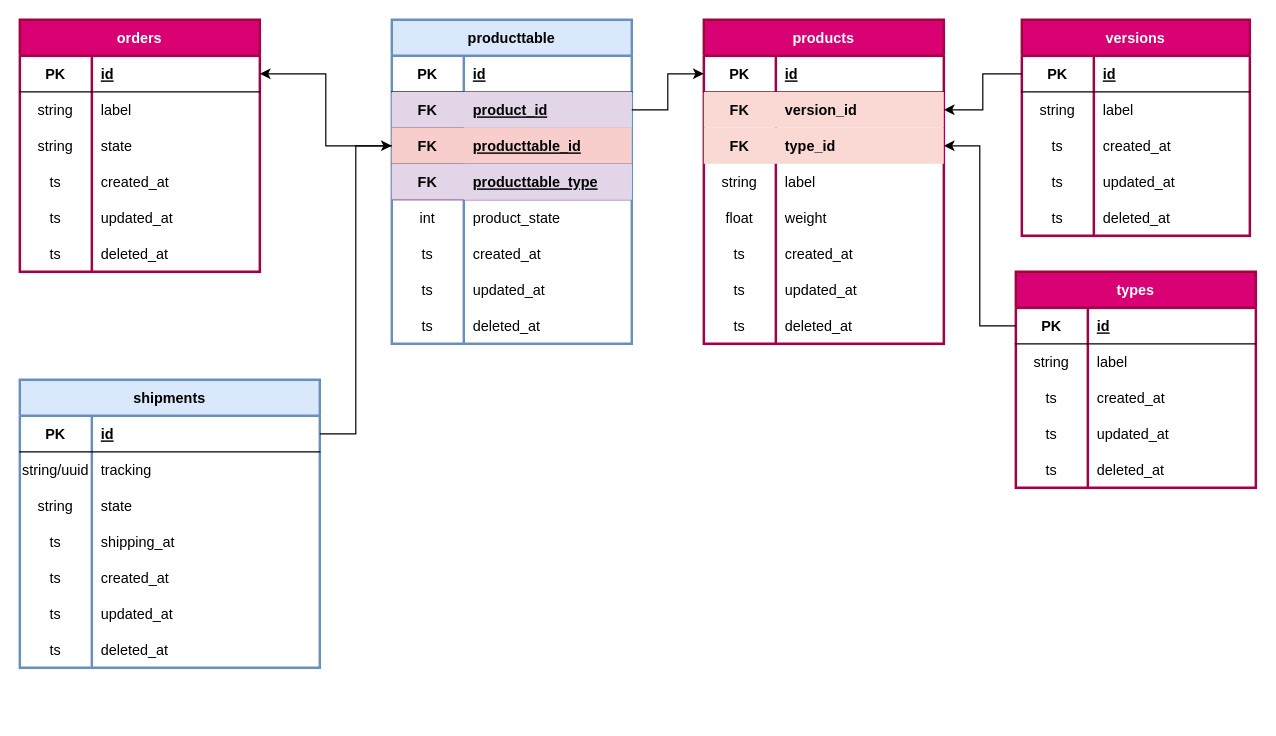
dofla077/keyprod keeps this draw.io diagram as mcd/keyprod.drawio. Above is the earlier version. Source tidied: cells renumbered, new cells numbered last; positions are measured from the earlier drawing's top-left corner, leaving out a move shared by most shapes. Both pictures are drawn from the tidied source at 120%, with x=0, y=0 at pixel (19, 19).
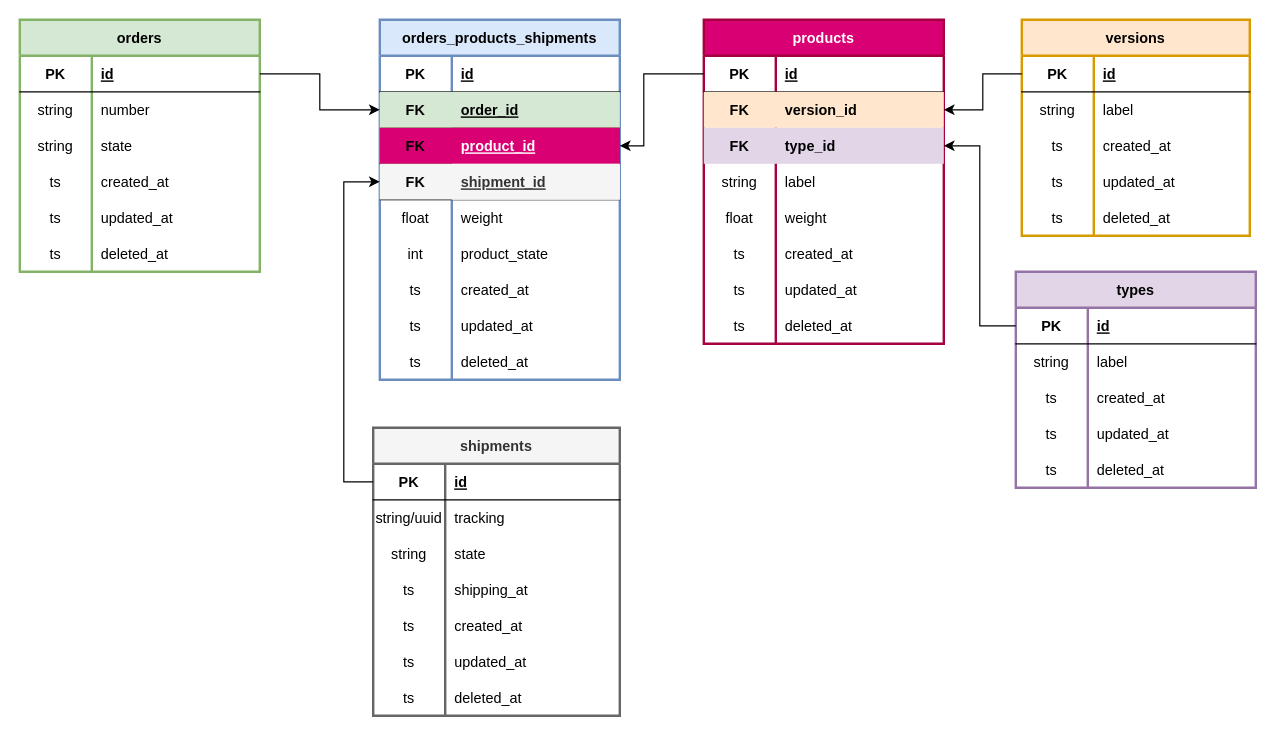
After the change.

Unchanged cells that the change refers to:
```xml
<mxCell id="2" value="products" style="shape=table;startSize=30;childLayout=tableLayout;rowLines=0;fontStyle=1;align=center;fillColor=#d80073;strokeColor=#A50040;swimlaneFillColor=none;strokeWidth=2;fontColor=#ffffff;" parent="1" vertex="1">
  <mxGeometry x="570" width="200" height="270" as="geometry" />
</mxCell>
<mxCell id="3" style="shape=partialRectangle;fillColor=none;top=0;left=0;bottom=1;right=0;points=[[0,0.5],[1,0.5]];portConstraint=eastwest;" parent="2" vertex="1">
  <mxGeometry y="30" width="200" height="30" as="geometry" />
</mxCell>
<mxCell id="28" style="shape=partialRectangle;fillColor=none;top=0;left=0;bottom=1;right=0;points=[[0,0.5],[1,0.5]];portConstraint=eastwest;" parent="27" vertex="1">
  <mxGeometry y="30" width="200" height="30" as="geometry" />
</mxCell>
<mxCell id="31" style="shape=partialRectangle;fillColor=none;top=0;left=0;bottom=0;right=0;" parent="27" vertex="1">
  <mxGeometry y="60" width="200" height="30" as="geometry" />
</mxCell>
```

Diff of the diagram source:
```diff
@@
-    <mxCell id="6" style="shape=partialRectangle;fillColor=#fad9d5;top=0;left=0;bottom=0;right=0;points=[[0,0.5],[1,0.5]];portConstraint=eastwest;strokeColor=#ae4132;" parent="2" vertex="1">
+    <mxCell id="6" style="shape=partialRectangle;fillColor=#ffe6cc;top=0;left=0;bottom=0;right=0;points=[[0,0.5],[1,0.5]];portConstraint=eastwest;strokeColor=#d79b00;" parent="2" vertex="1">
       <mxGeometry y="60" width="200" height="30" as="geometry" />
     </mxCell>
@@
-    <mxCell id="9" style="shape=partialRectangle;fillColor=#fad9d5;top=0;left=0;bottom=0;right=0;points=[[0,0.5],[1,0.5]];portConstraint=eastwest;strokeColor=#ae4132;" parent="2" vertex="1">
+    <mxCell id="9" style="shape=partialRectangle;fillColor=#e1d5e7;top=0;left=0;bottom=0;right=0;points=[[0,0.5],[1,0.5]];portConstraint=eastwest;strokeColor=#9673a6;" parent="2" vertex="1">
       <mxGeometry y="90" width="200" height="30" as="geometry" />
     </mxCell>
@@
-    <mxCell id="27" value="orders" style="shape=table;startSize=30;childLayout=tableLayout;rowLines=0;fontStyle=1;align=center;fillColor=#d80073;strokeColor=#A50040;swimlaneFillColor=none;strokeWidth=2;fontColor=#ffffff;" parent="1" vertex="1">
+    <mxCell id="27" value="orders" style="shape=table;startSize=30;childLayout=tableLayout;rowLines=0;fontStyle=1;align=center;fillColor=#d5e8d4;strokeColor=#82b366;swimlaneFillColor=none;strokeWidth=2;" parent="1" vertex="1">
       <mxGeometry width="200" height="210" as="geometry" />
     </mxCell>
@@
-    <mxCell id="33" value="label" style="shape=partialRectangle;fillColor=none;top=0;left=0;bottom=0;right=0;align=left;spacingLeft=6;overflow=hidden;" parent="31" vertex="1">
+    <mxCell id="33" value="number" style="shape=partialRectangle;fillColor=none;top=0;left=0;bottom=0;right=0;align=left;spacingLeft=6;overflow=hidden;" parent="31" vertex="1">
       <mxGeometry x="60" width="140" height="30" as="geometry" />
     </mxCell>
@@
-    <mxCell id="46" value="producttable" style="shape=table;startSize=30;childLayout=tableLayout;rowLines=0;fontStyle=1;align=center;fillColor=#dae8fc;strokeColor=#6c8ebf;swimlaneFillColor=none;strokeWidth=2;fontColor=default;" parent="1" vertex="1">
-      <mxGeometry x="310" width="200" height="270" as="geometry" />
-    </mxCell>
-    <mxCell id="47" style="shape=partialRectangle;fillColor=none;top=0;left=0;bottom=1;right=0;" parent="46" vertex="1">
-      <mxGeometry y="30" width="200" height="30" as="geometry" />
-    </mxCell>
-    <mxCell id="48" value="PK" style="shape=partialRectangle;fillColor=none;top=0;left=0;bottom=0;right=0;fontStyle=1;overflow=hidden;" parent="47" vertex="1">
-      <mxGeometry width="60" height="30" as="geometry" />
-    </mxCell>
-    <mxCell id="49" value="id" style="shape=partialRectangle;fillColor=none;top=0;left=0;bottom=0;right=0;align=left;spacingLeft=6;fontStyle=5;overflow=hidden;" parent="47" vertex="1">
-      <mxGeometry x="60" width="140" height="30" as="geometry" />
-    </mxCell>
-    <mxCell id="50" style="shape=partialRectangle;fillColor=#e1d5e7;top=0;left=0;bottom=1;right=0;points=[[0,0.5],[1,0.5]];portConstraint=eastwest;strokeColor=#9673a6;fontColor=default;" parent="46" vertex="1">
-      <mxGeometry y="60" width="200" height="30" as="geometry" />
-    </mxCell>
-    <mxCell id="51" value="FK" style="shape=partialRectangle;fillColor=none;top=0;left=0;bottom=0;right=0;fontStyle=1;overflow=hidden;" parent="50" vertex="1">
-      <mxGeometry width="60" height="30" as="geometry" />
-    </mxCell>
-    <mxCell id="52" value="product_id" style="shape=partialRectangle;fillColor=#e1d5e7;top=0;left=0;bottom=0;right=0;align=left;spacingLeft=6;fontStyle=5;overflow=hidden;strokeColor=#9673a6;fontColor=default;" parent="50" vertex="1">
-      <mxGeometry x="60" width="140" height="30" as="geometry" />
-    </mxCell>
-    <mxCell id="53" style="shape=partialRectangle;fillColor=#f8cecc;top=0;left=0;bottom=1;right=0;points=[[0,0.5],[1,0.5]];portConstraint=eastwest;strokeColor=#b85450;fontColor=default;" parent="46" vertex="1">
-      <mxGeometry y="90" width="200" height="30" as="geometry" />
-    </mxCell>
-    <mxCell id="54" value="FK" style="shape=partialRectangle;fillColor=none;top=0;left=0;bottom=0;right=0;fontStyle=1;overflow=hidden;" parent="53" vertex="1">
-      <mxGeometry width="60" height="30" as="geometry" />
-    </mxCell>
-    <mxCell id="55" value="producttable_id" style="shape=partialRectangle;fillColor=none;top=0;left=0;bottom=0;right=0;align=left;spacingLeft=6;fontStyle=5;overflow=hidden;fontColor=default;" parent="53" vertex="1">
-      <mxGeometry x="60" width="140" height="30" as="geometry" />
-    </mxCell>
-    <mxCell id="56" style="shape=partialRectangle;fillColor=#e1d5e7;top=0;left=0;bottom=1;right=0;strokeColor=#9673a6;fontColor=default;" parent="46" vertex="1">
-      <mxGeometry y="120" width="200" height="30" as="geometry" />
-    </mxCell>
-    <mxCell id="57" value="FK" style="shape=partialRectangle;fillColor=none;top=0;left=0;bottom=0;right=0;fontStyle=1;overflow=hidden;" parent="56" vertex="1">
-      <mxGeometry width="60" height="30" as="geometry" />
-    </mxCell>
-    <mxCell id="58" value="producttable_type" style="shape=partialRectangle;fillColor=#e1d5e7;top=0;left=0;bottom=0;right=0;align=left;spacingLeft=6;fontStyle=5;overflow=hidden;strokeColor=#9673a6;fontColor=default;" parent="56" vertex="1">
-      <mxGeometry x="60" width="140" height="30" as="geometry" />
-    </mxCell>
-    <mxCell id="59" style="shape=partialRectangle;fillColor=none;top=0;left=0;bottom=0;right=0;" parent="46" vertex="1">
-      <mxGeometry y="150" width="200" height="30" as="geometry" />
-    </mxCell>
-    <mxCell id="60" value="int" style="shape=partialRectangle;fillColor=none;top=0;left=0;bottom=0;right=0;overflow=hidden;" parent="59" vertex="1">
-      <mxGeometry width="60" height="30" as="geometry" />
-    </mxCell>
-    <mxCell id="61" value="product_state" style="shape=partialRectangle;fillColor=none;top=0;left=0;bottom=0;right=0;align=left;spacingLeft=6;overflow=hidden;" parent="59" vertex="1">
-      <mxGeometry x="60" width="140" height="30" as="geometry" />
-    </mxCell>
-    <mxCell id="62" style="shape=partialRectangle;fillColor=none;top=0;left=0;bottom=0;right=0;" parent="46" vertex="1">
-      <mxGeometry y="180" width="200" height="30" as="geometry" />
-    </mxCell>
-    <mxCell id="63" value="ts" style="shape=partialRectangle;fillColor=none;top=0;left=0;bottom=0;right=0;overflow=hidden;" parent="62" vertex="1">
-      <mxGeometry width="60" height="30" as="geometry" />
-    </mxCell>
-    <mxCell id="64" value="created_at" style="shape=partialRectangle;fillColor=none;top=0;left=0;bottom=0;right=0;align=left;spacingLeft=6;overflow=hidden;" parent="62" vertex="1">
-      <mxGeometry x="60" width="140" height="30" as="geometry" />
-    </mxCell>
-    <mxCell id="65" style="shape=partialRectangle;fillColor=none;top=0;left=0;bottom=0;right=0;" parent="46" vertex="1">
-      <mxGeometry y="210" width="200" height="30" as="geometry" />
-    </mxCell>
-    <mxCell id="66" value="ts" style="shape=partialRectangle;fillColor=none;top=0;left=0;bottom=0;right=0;overflow=hidden;" parent="65" vertex="1">
-      <mxGeometry width="60" height="30" as="geometry" />
-    </mxCell>
-    <mxCell id="67" value="updated_at" style="shape=partialRectangle;fillColor=none;top=0;left=0;bottom=0;right=0;align=left;spacingLeft=6;overflow=hidden;" parent="65" vertex="1">
-      <mxGeometry x="60" width="140" height="30" as="geometry" />
-    </mxCell>
-    <mxCell id="68" style="shape=partialRectangle;fillColor=none;top=0;left=0;bottom=0;right=0;" parent="46" vertex="1">
-      <mxGeometry y="240" width="200" height="30" as="geometry" />
-    </mxCell>
-    <mxCell id="69" value="ts" style="shape=partialRectangle;fillColor=none;top=0;left=0;bottom=0;right=0;overflow=hidden;" parent="68" vertex="1">
-      <mxGeometry width="60" height="30" as="geometry" />
-    </mxCell>
-    <mxCell id="70" value="deleted_at" style="shape=partialRectangle;fillColor=none;top=0;left=0;bottom=0;right=0;align=left;spacingLeft=6;overflow=hidden;" parent="68" vertex="1">
-      <mxGeometry x="60" width="140" height="30" as="geometry" />
-    </mxCell>
-    <mxCell id="71" style="edgeStyle=orthogonalEdgeStyle;rounded=0;jettySize=auto;html=1;entryX=1;entryY=0.5;entryDx=0;entryDy=0;" parent="1" edge="1" source="53" target="28">
-      <mxGeometry relative="1" as="geometry" />
-    </mxCell>
-    <mxCell id="72" style="edgeStyle=orthogonalEdgeStyle;rounded=0;jettySize=auto;html=1;entryX=0;entryY=0.5;entryDx=0;entryDy=0;" parent="1" edge="1" source="50" target="3">
-      <mxGeometry relative="1" as="geometry" />
-    </mxCell>
-    <mxCell id="73" value="types" style="shape=table;startSize=30;childLayout=tableLayout;rowLines=0;fontStyle=1;align=center;fillColor=#d80073;strokeColor=#A50040;swimlaneFillColor=none;strokeWidth=2;fontColor=#ffffff;" parent="1" vertex="1">
+    <mxCell id="73" value="types" style="shape=table;startSize=30;childLayout=tableLayout;rowLines=0;fontStyle=1;align=center;fillColor=#e1d5e7;strokeColor=#9673a6;swimlaneFillColor=none;strokeWidth=2;" parent="1" vertex="1">
       <mxGeometry x="830" y="210" width="200" height="180" as="geometry" />
     </mxCell>
@@
-    <mxCell id="89" value="versions" style="shape=table;startSize=30;childLayout=tableLayout;rowLines=0;fontStyle=1;align=center;fillColor=#d80073;strokeColor=#A50040;swimlaneFillColor=none;strokeWidth=2;fontColor=#ffffff;" parent="1" vertex="1">
+    <mxCell id="89" value="versions" style="shape=table;startSize=30;childLayout=tableLayout;rowLines=0;fontStyle=1;align=center;fillColor=#ffe6cc;strokeColor=#d79b00;swimlaneFillColor=none;strokeWidth=2;" parent="1" vertex="1">
       <mxGeometry x="835" width="190" height="180" as="geometry" />
     </mxCell>
@@
-    <mxCell id="105" value="shipments" style="shape=table;startSize=30;childLayout=tableLayout;rowLines=0;fontStyle=1;align=center;fillColor=#dae8fc;strokeColor=#6c8ebf;swimlaneFillColor=none;strokeWidth=2;fontColor=default;" parent="1" vertex="1">
-      <mxGeometry y="300" width="250" height="240" as="geometry" />
+    <mxCell id="105" value="shipments" style="shape=table;startSize=30;childLayout=tableLayout;rowLines=0;fontStyle=1;align=center;fillColor=#f5f5f5;strokeColor=#666666;swimlaneFillColor=none;strokeWidth=2;fontColor=#333333;" parent="1" vertex="1">
+      <mxGeometry x="294.5" y="340" width="205.5" height="240" as="geometry" />
     </mxCell>
     <mxCell id="106" style="shape=partialRectangle;fillColor=none;top=0;left=0;bottom=1;right=0;points=[[0,0.5],[1,0.5]];portConstraint=eastwest;" parent="105" vertex="1">
-      <mxGeometry y="30" width="250" height="30" as="geometry" />
+      <mxGeometry y="30" width="205.5" height="30" as="geometry" />
     </mxCell>
@@
     <mxCell id="108" value="id" style="shape=partialRectangle;fillColor=none;top=0;left=0;bottom=0;right=0;align=left;spacingLeft=6;fontStyle=5;overflow=hidden;" parent="106" vertex="1">
-      <mxGeometry x="60" width="190" height="30" as="geometry" />
+      <mxGeometry x="60" width="145.5" height="30" as="geometry" />
     </mxCell>
     <mxCell id="109" style="shape=partialRectangle;fillColor=none;top=0;left=0;bottom=0;right=0;" parent="105" vertex="1">
-      <mxGeometry y="60" width="250" height="30" as="geometry" />
+      <mxGeometry y="60" width="205.5" height="30" as="geometry" />
     </mxCell>
@@
     <mxCell id="111" value="tracking" style="shape=partialRectangle;fillColor=none;top=0;left=0;bottom=0;right=0;align=left;spacingLeft=6;overflow=hidden;" parent="109" vertex="1">
-      <mxGeometry x="60" width="190" height="30" as="geometry" />
+      <mxGeometry x="60" width="145.5" height="30" as="geometry" />
     </mxCell>
     <mxCell id="112" style="shape=partialRectangle;fillColor=none;top=0;left=0;bottom=0;right=0;" parent="105" vertex="1">
-      <mxGeometry y="90" width="250" height="30" as="geometry" />
+      <mxGeometry y="90" width="205.5" height="30" as="geometry" />
     </mxCell>
@@
     <mxCell id="114" value="state" style="shape=partialRectangle;fillColor=none;top=0;left=0;bottom=0;right=0;align=left;spacingLeft=6;overflow=hidden;" parent="112" vertex="1">
-      <mxGeometry x="60" width="190" height="30" as="geometry" />
+      <mxGeometry x="60" width="145.5" height="30" as="geometry" />
     </mxCell>
     <mxCell id="115" style="shape=partialRectangle;fillColor=none;top=0;left=0;bottom=0;right=0;" parent="105" vertex="1">
-      <mxGeometry y="120" width="250" height="30" as="geometry" />
+      <mxGeometry y="120" width="205.5" height="30" as="geometry" />
     </mxCell>
@@
     <mxCell id="117" value="shipping_at" style="shape=partialRectangle;fillColor=none;top=0;left=0;bottom=0;right=0;align=left;spacingLeft=6;overflow=hidden;" parent="115" vertex="1">
-      <mxGeometry x="60" width="190" height="30" as="geometry" />
+      <mxGeometry x="60" width="145.5" height="30" as="geometry" />
     </mxCell>
     <mxCell id="118" style="shape=partialRectangle;fillColor=none;top=0;left=0;bottom=0;right=0;" parent="105" vertex="1">
-      <mxGeometry y="150" width="250" height="30" as="geometry" />
+      <mxGeometry y="150" width="205.5" height="30" as="geometry" />
     </mxCell>
@@
     <mxCell id="120" value="created_at" style="shape=partialRectangle;fillColor=none;top=0;left=0;bottom=0;right=0;align=left;spacingLeft=6;overflow=hidden;" parent="118" vertex="1">
-      <mxGeometry x="60" width="190" height="30" as="geometry" />
+      <mxGeometry x="60" width="145.5" height="30" as="geometry" />
     </mxCell>
     <mxCell id="121" style="shape=partialRectangle;fillColor=none;top=0;left=0;bottom=0;right=0;" parent="105" vertex="1">
-      <mxGeometry y="180" width="250" height="30" as="geometry" />
+      <mxGeometry y="180" width="205.5" height="30" as="geometry" />
     </mxCell>
@@
     <mxCell id="123" value="updated_at" style="shape=partialRectangle;fillColor=none;top=0;left=0;bottom=0;right=0;align=left;spacingLeft=6;overflow=hidden;" parent="121" vertex="1">
-      <mxGeometry x="60" width="190" height="30" as="geometry" />
+      <mxGeometry x="60" width="145.5" height="30" as="geometry" />
     </mxCell>
     <mxCell id="124" style="shape=partialRectangle;fillColor=none;top=0;left=0;bottom=0;right=0;" parent="105" vertex="1">
-      <mxGeometry y="210" width="250" height="30" as="geometry" />
+      <mxGeometry y="210" width="205.5" height="30" as="geometry" />
     </mxCell>
@@
     <mxCell id="126" value="deleted_at" style="shape=partialRectangle;fillColor=none;top=0;left=0;bottom=0;right=0;align=left;spacingLeft=6;overflow=hidden;" parent="124" vertex="1">
-      <mxGeometry x="60" width="190" height="30" as="geometry" />
+      <mxGeometry x="60" width="145.5" height="30" as="geometry" />
     </mxCell>
-    <mxCell id="127" style="edgeStyle=orthogonalEdgeStyle;rounded=0;jettySize=auto;html=1;entryX=0;entryY=0.5;entryDx=0;entryDy=0;" parent="1" edge="1" source="106" target="53">
-      <mxGeometry relative="1" as="geometry" />
-    </mxCell>
@@
+    <mxCell id="130" value="orders_products_shipments" style="shape=table;startSize=30;childLayout=tableLayout;rowLines=0;fontStyle=1;align=center;fillColor=#dae8fc;strokeColor=#6c8ebf;swimlaneFillColor=none;strokeWidth=2;fontColor=default;" parent="1" vertex="1">
+      <mxGeometry x="300" width="200" height="300" as="geometry" />
+    </mxCell>
+    <mxCell id="47" style="shape=partialRectangle;fillColor=none;top=0;left=0;bottom=1;right=0;" parent="130" vertex="1">
+      <mxGeometry y="30" width="200" height="30" as="geometry" />
+    </mxCell>
+    <mxCell id="48" value="PK" style="shape=partialRectangle;fillColor=none;top=0;left=0;bottom=0;right=0;fontStyle=1;overflow=hidden;" parent="47" vertex="1">
+      <mxGeometry width="60" height="30" as="geometry" />
+    </mxCell>
+    <mxCell id="49" value="id" style="shape=partialRectangle;fillColor=none;top=0;left=0;bottom=0;right=0;align=left;spacingLeft=6;fontStyle=5;overflow=hidden;" parent="47" vertex="1">
+      <mxGeometry x="60" width="140" height="30" as="geometry" />
+    </mxCell>
+    <mxCell id="131" style="shape=partialRectangle;fillColor=#d5e8d4;top=0;left=0;bottom=1;right=0;points=[[0,0.5],[1,0.5]];portConstraint=eastwest;strokeColor=#82b366;" parent="130" vertex="1">
+      <mxGeometry y="60" width="200" height="30" as="geometry" />
+    </mxCell>
+    <mxCell id="132" value="FK" style="shape=partialRectangle;fillColor=none;top=0;left=0;bottom=0;right=0;fontStyle=1;overflow=hidden;" parent="131" vertex="1">
+      <mxGeometry width="60" height="30" as="geometry" />
+    </mxCell>
+    <mxCell id="133" value="order_id" style="shape=partialRectangle;fillColor=none;top=0;left=0;bottom=0;right=0;align=left;spacingLeft=6;fontStyle=5;overflow=hidden;fontColor=default;" parent="131" vertex="1">
+      <mxGeometry x="60" width="140" height="30" as="geometry" />
+    </mxCell>
+    <mxCell id="134" style="shape=partialRectangle;fillColor=#d80073;top=0;left=0;bottom=1;right=0;points=[[0,0.5],[1,0.5]];portConstraint=eastwest;strokeColor=#A50040;fontColor=#ffffff;" parent="130" vertex="1">
+      <mxGeometry y="90" width="200" height="30" as="geometry" />
+    </mxCell>
+    <mxCell id="135" value="FK" style="shape=partialRectangle;fillColor=none;top=0;left=0;bottom=0;right=0;fontStyle=1;overflow=hidden;" parent="134" vertex="1">
+      <mxGeometry width="60" height="30" as="geometry" />
+    </mxCell>
+    <mxCell id="52" value="product_id" style="shape=partialRectangle;fillColor=#d80073;top=0;left=0;bottom=0;right=0;align=left;spacingLeft=6;fontStyle=5;overflow=hidden;strokeColor=#A50040;fontColor=#ffffff;" parent="134" vertex="1">
+      <mxGeometry x="60" width="140" height="30" as="geometry" />
+    </mxCell>
+    <mxCell id="136" style="shape=partialRectangle;fillColor=#f5f5f5;top=0;left=0;bottom=1;right=0;points=[[0,0.5],[1,0.5]];portConstraint=eastwest;strokeColor=#666666;fontColor=#333333;" parent="130" vertex="1">
+      <mxGeometry y="120" width="200" height="30" as="geometry" />
+    </mxCell>
+    <mxCell id="137" value="FK" style="shape=partialRectangle;fillColor=none;top=0;left=0;bottom=0;right=0;fontStyle=1;overflow=hidden;" parent="136" vertex="1">
+      <mxGeometry width="60" height="30" as="geometry" />
+    </mxCell>
+    <mxCell id="138" value="shipment_id" style="shape=partialRectangle;fillColor=#f5f5f5;top=0;left=0;bottom=0;right=0;align=left;spacingLeft=6;fontStyle=5;overflow=hidden;strokeColor=#666666;fontColor=#333333;" parent="136" vertex="1">
+      <mxGeometry x="60" width="140" height="30" as="geometry" />
+    </mxCell>
+    <mxCell id="59" style="shape=partialRectangle;fillColor=none;top=0;left=0;bottom=0;right=0;" parent="130" vertex="1">
+      <mxGeometry y="150" width="200" height="30" as="geometry" />
+    </mxCell>
+    <mxCell id="139" value="float" style="shape=partialRectangle;fillColor=none;top=0;left=0;bottom=0;right=0;overflow=hidden;" parent="59" vertex="1">
+      <mxGeometry width="60" height="30" as="geometry" />
+    </mxCell>
+    <mxCell id="140" value="weight" style="shape=partialRectangle;fillColor=none;top=0;left=0;bottom=0;right=0;align=left;spacingLeft=6;overflow=hidden;" parent="59" vertex="1">
+      <mxGeometry x="60" width="140" height="30" as="geometry" />
+    </mxCell>
+    <mxCell id="62" style="shape=partialRectangle;fillColor=none;top=0;left=0;bottom=0;right=0;" parent="130" vertex="1">
+      <mxGeometry y="180" width="200" height="30" as="geometry" />
+    </mxCell>
+    <mxCell id="60" value="int" style="shape=partialRectangle;fillColor=none;top=0;left=0;bottom=0;right=0;overflow=hidden;" parent="62" vertex="1">
+      <mxGeometry width="60" height="30" as="geometry" />
+    </mxCell>
+    <mxCell id="61" value="product_state" style="shape=partialRectangle;fillColor=none;top=0;left=0;bottom=0;right=0;align=left;spacingLeft=6;overflow=hidden;" parent="62" vertex="1">
+      <mxGeometry x="60" width="140" height="30" as="geometry" />
+    </mxCell>
+    <mxCell id="65" style="shape=partialRectangle;fillColor=none;top=0;left=0;bottom=0;right=0;" parent="130" vertex="1">
+      <mxGeometry y="210" width="200" height="30" as="geometry" />
+    </mxCell>
+    <mxCell id="141" value="ts" style="shape=partialRectangle;fillColor=none;top=0;left=0;bottom=0;right=0;overflow=hidden;" parent="65" vertex="1">
+      <mxGeometry width="60" height="30" as="geometry" />
+    </mxCell>
+    <mxCell id="64" value="created_at" style="shape=partialRectangle;fillColor=none;top=0;left=0;bottom=0;right=0;align=left;spacingLeft=6;overflow=hidden;" parent="65" vertex="1">
+      <mxGeometry x="60" width="140" height="30" as="geometry" />
+    </mxCell>
+    <mxCell id="68" style="shape=partialRectangle;fillColor=none;top=0;left=0;bottom=0;right=0;" parent="130" vertex="1">
+      <mxGeometry y="240" width="200" height="30" as="geometry" />
+    </mxCell>
+    <mxCell id="142" value="ts" style="shape=partialRectangle;fillColor=none;top=0;left=0;bottom=0;right=0;overflow=hidden;" parent="68" vertex="1">
+      <mxGeometry width="60" height="30" as="geometry" />
+    </mxCell>
+    <mxCell id="67" value="updated_at" style="shape=partialRectangle;fillColor=none;top=0;left=0;bottom=0;right=0;align=left;spacingLeft=6;overflow=hidden;" parent="68" vertex="1">
+      <mxGeometry x="60" width="140" height="30" as="geometry" />
+    </mxCell>
+    <mxCell id="143" style="shape=partialRectangle;fillColor=none;top=0;left=0;bottom=0;right=0;" parent="130" vertex="1">
+      <mxGeometry y="270" width="200" height="30" as="geometry" />
+    </mxCell>
+    <mxCell id="144" value="ts" style="shape=partialRectangle;fillColor=none;top=0;left=0;bottom=0;right=0;overflow=hidden;" parent="143" vertex="1">
+      <mxGeometry width="60" height="30" as="geometry" />
+    </mxCell>
+    <mxCell id="70" value="deleted_at" style="shape=partialRectangle;fillColor=none;top=0;left=0;bottom=0;right=0;align=left;spacingLeft=6;overflow=hidden;" parent="143" vertex="1">
+      <mxGeometry x="60" width="140" height="30" as="geometry" />
+    </mxCell>
+    <mxCell id="145" style="edgeStyle=orthogonalEdgeStyle;rounded=0;jettySize=auto;html=1;entryX=0;entryY=0.5;entryDx=0;entryDy=0;" parent="1" edge="1" source="28" target="131">
+      <mxGeometry relative="1" as="geometry" />
+    </mxCell>
+    <mxCell id="146" style="edgeStyle=orthogonalEdgeStyle;rounded=0;jettySize=auto;html=1;entryX=1;entryY=0.5;entryDx=0;entryDy=0;" parent="1" edge="1" source="3" target="134">
+      <mxGeometry relative="1" as="geometry">
+        <Array as="points">
+          <mxPoint x="520" y="45" />
+          <mxPoint x="520" y="105" />
+        </Array>
+      </mxGeometry>
+    </mxCell>
+    <mxCell id="147" style="edgeStyle=orthogonalEdgeStyle;rounded=0;jettySize=auto;html=1;entryX=0;entryY=0.5;entryDx=0;entryDy=0;" parent="1" edge="1" source="106" target="136">
+      <mxGeometry relative="1" as="geometry">
+        <Array as="points">
+          <mxPoint x="270" y="385" />
+          <mxPoint x="270" y="135" />
+        </Array>
+      </mxGeometry>
+    </mxCell>
```
